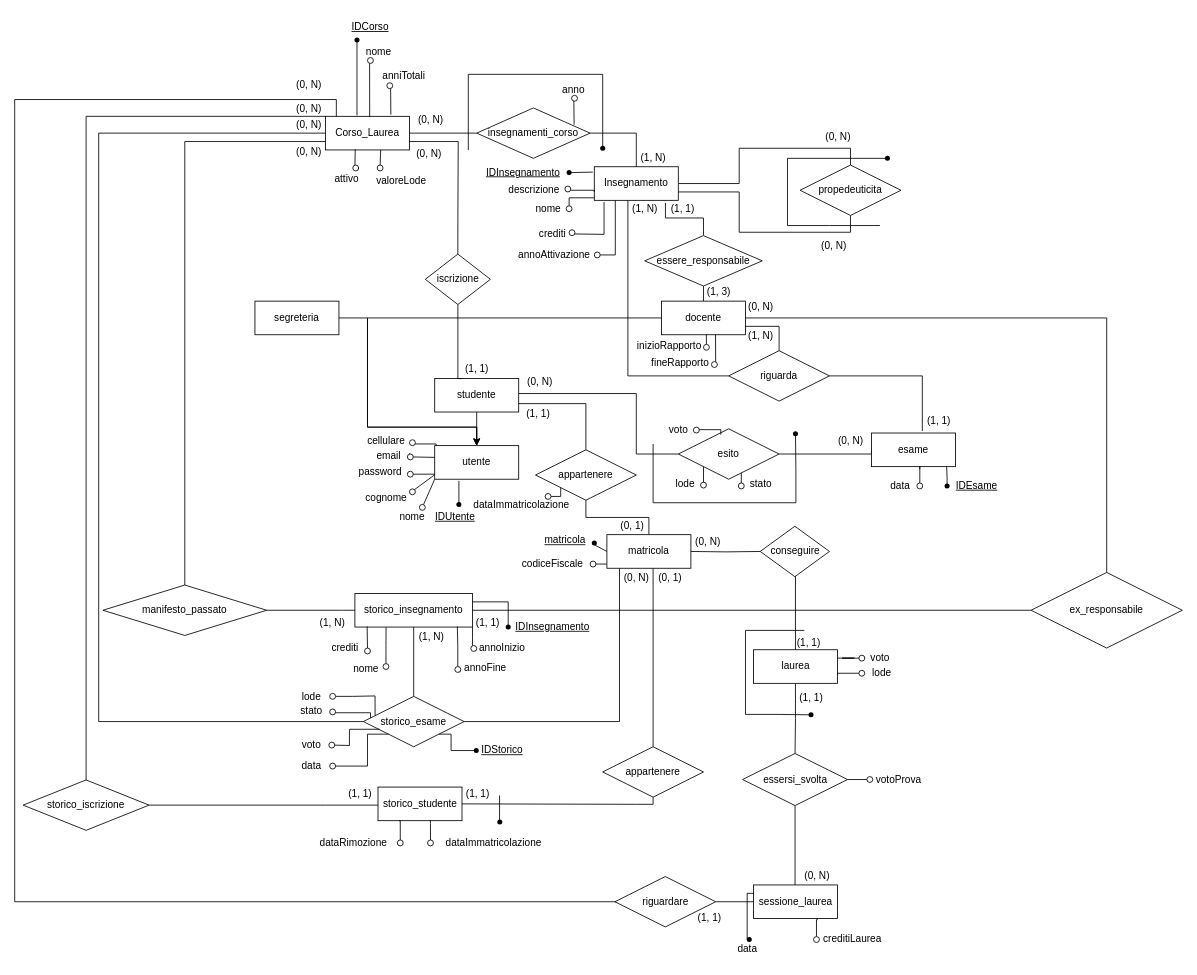
The draw.io diagram page "ER" (1 of 3) of uni.drawio in michelebolis/UniversityExamSystem, before the edit. Source tidied: cells renumbered, new cells numbered last; positions are measured from the earlier drawing's top-left corner, leaving out a move shared by most shapes. Both pictures are drawn from the tidied source at 84%, with x=0, y=0 at pixel (14, 14).
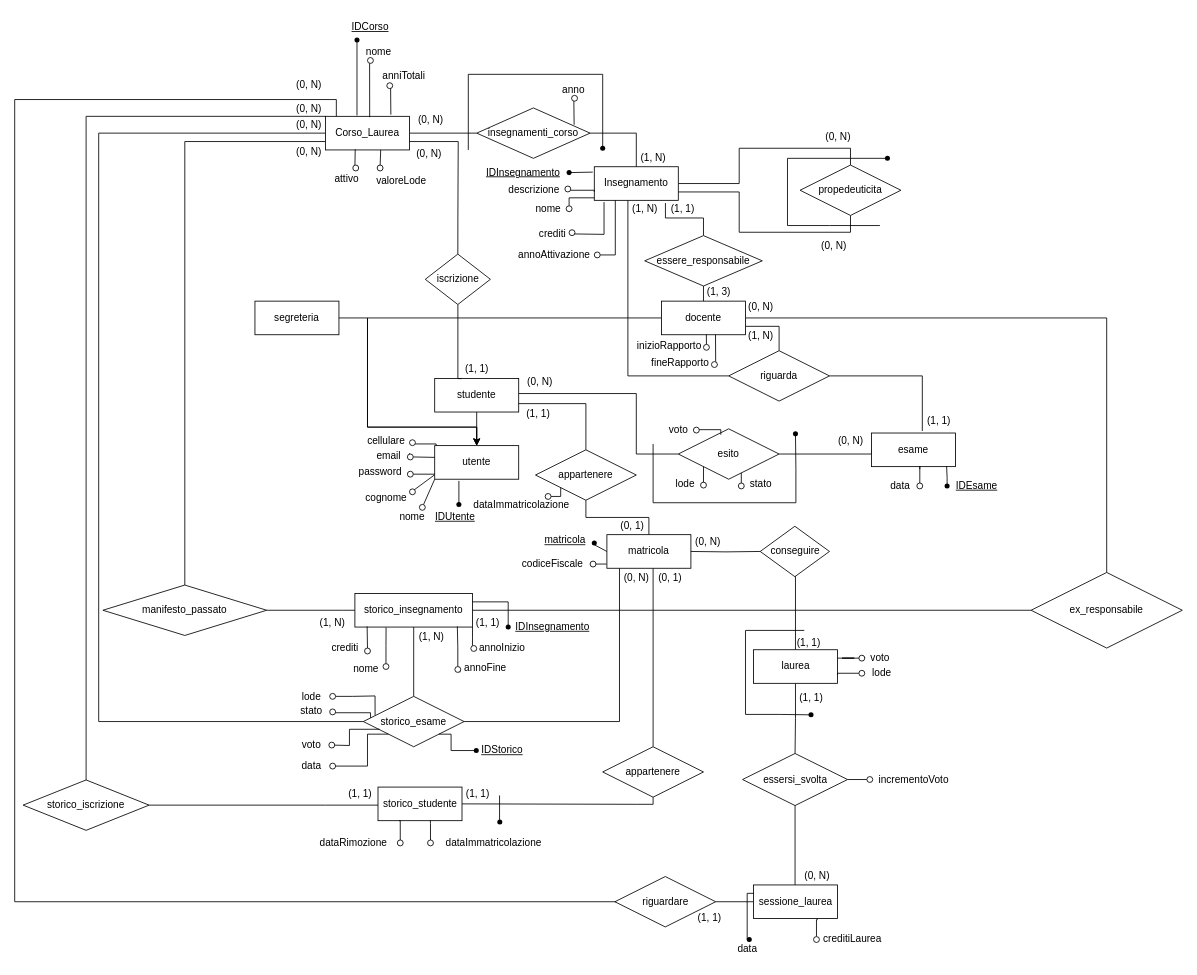
The same diagram, later.

Diff of the diagram source:
```diff
@@
-    <mxCell id="163" value="votoProva" style="text;html=1;align=center;verticalAlign=middle;strokeColor=none;fillColor=none;" parent="1" vertex="1">
-      <mxGeometry x="1012" y="895.5" width="80" height="30" as="geometry" />
-    </mxCell>
@@
+    <mxCell id="257" value="incrementoVoto" style="text;html=1;align=center;verticalAlign=middle;strokeColor=none;fillColor=none;" parent="1" vertex="1">
+      <mxGeometry x="1015" y="895.5" width="110" height="30" as="geometry" />
+    </mxCell>
```
